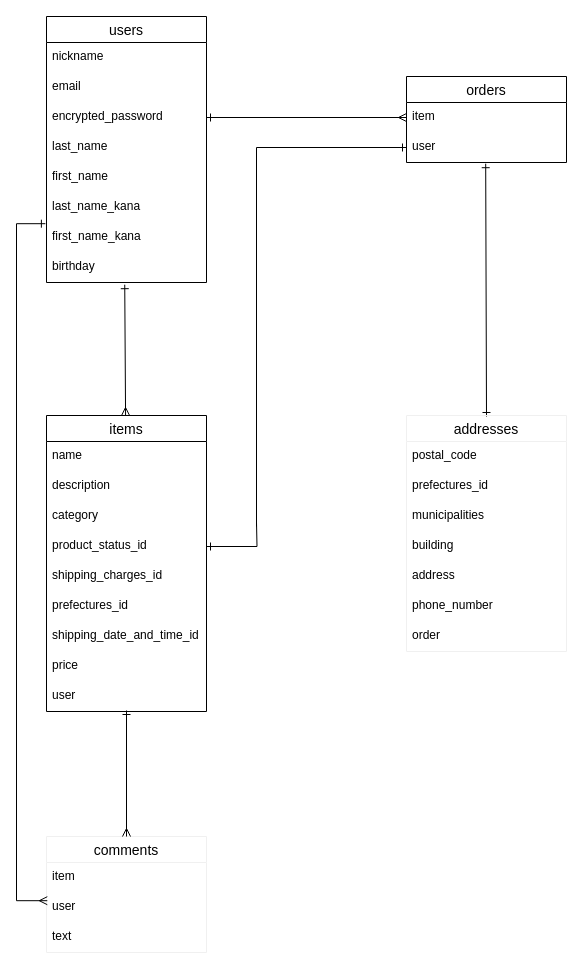
shotaoba/furima-35958 keeps this draw.io diagram as er.dio. Above is the earlier version. Source tidied: cells renumbered, new cells numbered last; positions are measured from the earlier drawing's top-left corner, leaving out a move shared by most shapes. Both pictures are drawn from the tidied source at 100%, with x=0, y=0 at pixel (16, 16).
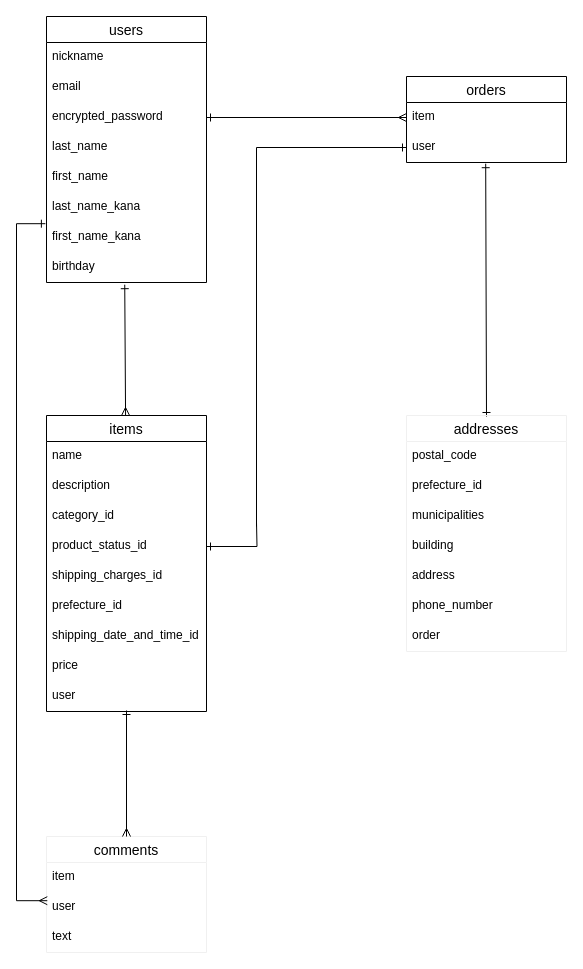
The same page after the edit.

Unchanged cells that the change refers to:
```xml
<mxCell id="11" value="items" style="swimlane;fontStyle=0;horizontal=1;startSize=26;align=center;fontSize=14;" parent="1" vertex="1">
  <mxGeometry x="30" y="399" width="160" height="296" as="geometry" />
</mxCell>
<mxCell id="32" value="addresses" style="swimlane;fontStyle=0;horizontal=1;startSize=26;align=center;fontSize=14;strokeColor=#F0F0F0;fillColor=none;" parent="1" vertex="1">
  <mxGeometry x="390" y="399" width="160" height="236" as="geometry" />
</mxCell>
```

What changed in the source:
```diff
@@
-    <mxCell id="14" value="category" style="text;strokeColor=none;fillColor=none;spacingLeft=4;spacingRight=4;overflow=hidden;fontSize=12;" parent="11" vertex="1">
+    <mxCell id="14" value="category_id" style="text;strokeColor=none;fillColor=none;spacingLeft=4;spacingRight=4;overflow=hidden;fontSize=12;" parent="11" vertex="1">
       <mxGeometry y="86" width="160" height="30" as="geometry" />
     </mxCell>
@@
-    <mxCell id="17" value=" prefectures_id" style="text;strokeColor=none;fillColor=none;spacingLeft=4;spacingRight=4;overflow=hidden;fontSize=12;" parent="11" vertex="1">
+    <mxCell id="17" value=" prefecture_id" style="text;strokeColor=none;fillColor=none;spacingLeft=4;spacingRight=4;overflow=hidden;fontSize=12;" parent="11" vertex="1">
       <mxGeometry y="176" width="160" height="30" as="geometry" />
     </mxCell>
@@
-    <mxCell id="34" value="prefectures_id" style="text;strokeColor=none;fillColor=none;spacingLeft=4;spacingRight=4;overflow=hidden;fontSize=12;" parent="32" vertex="1">
+    <mxCell id="34" value="prefecture_id" style="text;strokeColor=none;fillColor=none;spacingLeft=4;spacingRight=4;overflow=hidden;fontSize=12;" parent="32" vertex="1">
       <mxGeometry y="56" width="160" height="30" as="geometry" />
     </mxCell>
```
